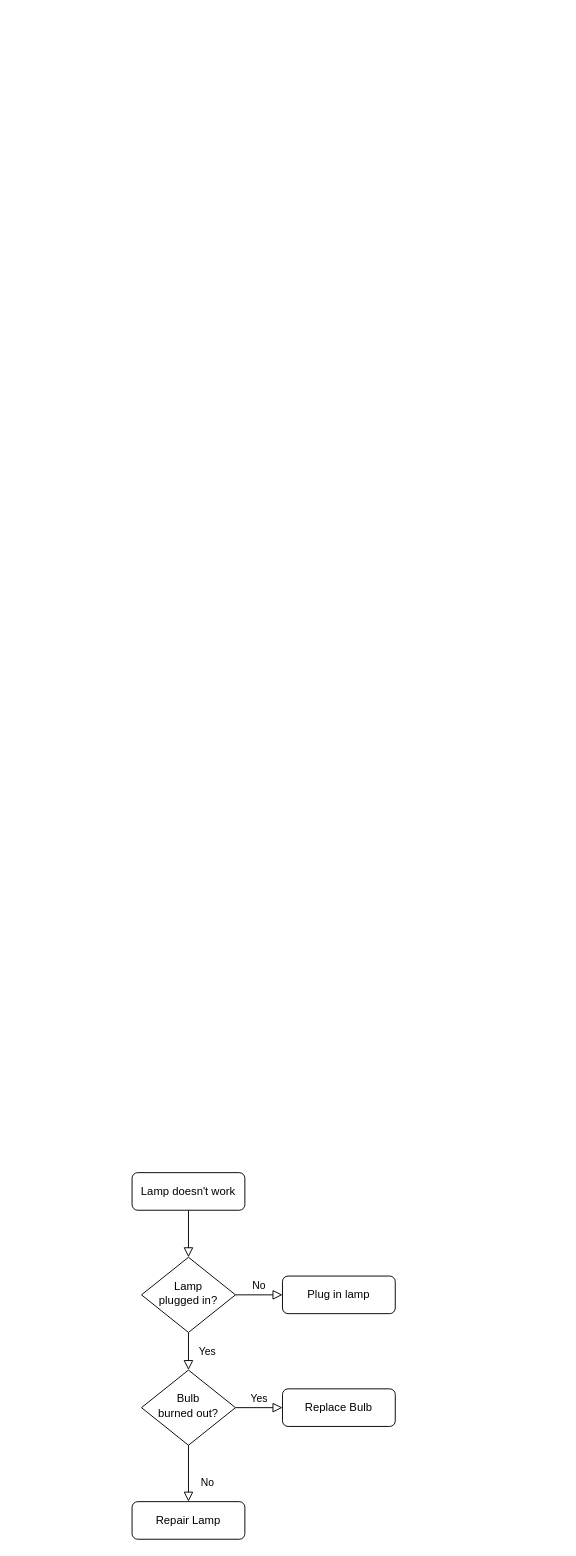
The draw.io diagram compassSystem.drawio in mmuurraatt/AnadoluRobotik, before the edit. Source tidied: cells renumbered, new cells numbered last; positions are measured from the earlier drawing's top-left corner, leaving out a move shared by most shapes. Both pictures are drawn from the tidied source at 94%, with x=0, y=0 at pixel (132, 1172).
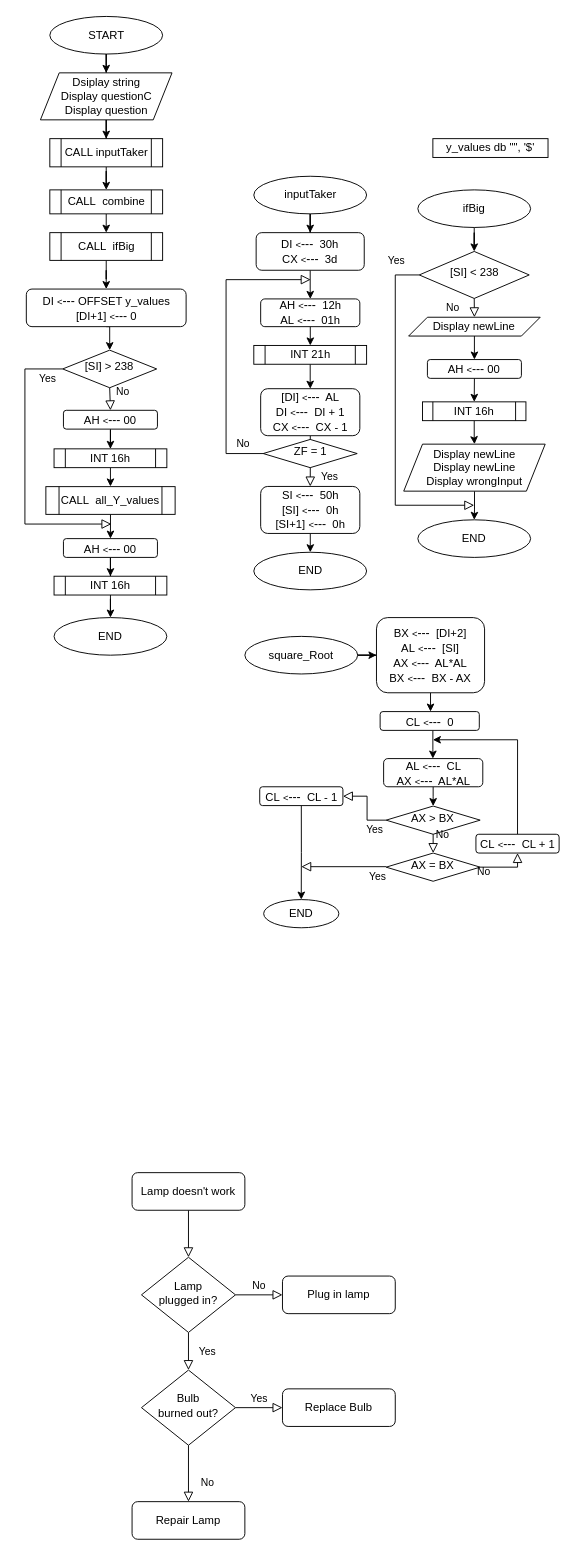
After the change.

What changed in the source:
```diff
@@
+    <mxCell id="13" style="edgeStyle=orthogonalEdgeStyle;rounded=0;jettySize=auto;html=1;" parent="1" edge="1" source="14" target="16">
+      <mxGeometry relative="1" as="geometry" />
+    </mxCell>
+    <mxCell id="14" value="START" style="ellipse;whiteSpace=wrap;html=1;" parent="1" vertex="1">
+      <mxGeometry x="-87.5" y="-1230" width="120" height="40" as="geometry" />
+    </mxCell>
+    <mxCell id="15" style="edgeStyle=orthogonalEdgeStyle;rounded=0;jettySize=auto;html=1;" parent="1" edge="1" source="16" target="18">
+      <mxGeometry relative="1" as="geometry" />
+    </mxCell>
+    <mxCell id="16" value="Dsiplay string&lt;br&gt;Display questionC&lt;br&gt;Display question" style="shape=parallelogram;perimeter=parallelogramPerimeter;whiteSpace=wrap;html=1;fixedSize=1;" parent="1" vertex="1">
+      <mxGeometry x="-97.5" y="-1170" width="140" height="50" as="geometry" />
+    </mxCell>
+    <mxCell id="17" style="edgeStyle=orthogonalEdgeStyle;rounded=0;jettySize=auto;html=1;" parent="1" edge="1" source="18" target="20">
+      <mxGeometry relative="1" as="geometry" />
+    </mxCell>
+    <mxCell id="18" value="CALL inputTaker" style="shape=process;whiteSpace=wrap;html=1;backgroundOutline=1;" parent="1" vertex="1">
+      <mxGeometry x="-87.5" y="-1100" width="120" height="30" as="geometry" />
+    </mxCell>
+    <mxCell id="19" style="edgeStyle=orthogonalEdgeStyle;rounded=0;jettySize=auto;html=1;exitX=0.5;exitY=1;exitDx=0;exitDy=0;entryX=0.5;entryY=0;entryDx=0;entryDy=0;" parent="1" edge="1" source="20" target="22">
+      <mxGeometry relative="1" as="geometry" />
+    </mxCell>
+    <mxCell id="20" value="CALL&amp;nbsp; combine" style="shape=process;whiteSpace=wrap;html=1;backgroundOutline=1;" parent="1" vertex="1">
+      <mxGeometry x="-87.5" y="-1045.5" width="120" height="25.5" as="geometry" />
+    </mxCell>
+    <mxCell id="21" style="edgeStyle=orthogonalEdgeStyle;rounded=0;jettySize=auto;html=1;" parent="1" edge="1" source="22" target="24">
+      <mxGeometry relative="1" as="geometry" />
+    </mxCell>
+    <mxCell id="22" value="CALL&amp;nbsp; ifBig" style="shape=process;whiteSpace=wrap;html=1;backgroundOutline=1;" parent="1" vertex="1">
+      <mxGeometry x="-87.5" y="-1000" width="120" height="29.5" as="geometry" />
+    </mxCell>
+    <mxCell id="23" style="edgeStyle=orthogonalEdgeStyle;rounded=0;jettySize=auto;html=1;exitX=0.5;exitY=1;exitDx=0;exitDy=0;entryX=0.5;entryY=0;entryDx=0;entryDy=0;" parent="1" edge="1" source="24" target="25">
+      <mxGeometry relative="1" as="geometry" />
+    </mxCell>
+    <mxCell id="24" value="DI&amp;nbsp;&lt;font style=&quot;font-size: 10px&quot;&gt;&amp;lt;&lt;/font&gt;&lt;font style=&quot;font-size: 13px&quot;&gt;---&lt;/font&gt;&amp;nbsp;OFFSET y_values&lt;br&gt;[DI+1]&amp;nbsp;&lt;font style=&quot;font-size: 10px;&quot;&gt;&amp;lt;&lt;/font&gt;&lt;font style=&quot;font-size: 13px;&quot;&gt;---&lt;/font&gt;&amp;nbsp;0" style="rounded=1;whiteSpace=wrap;html=1;fontSize=12;glass=0;strokeWidth=1;shadow=0;" parent="1" vertex="1">
+      <mxGeometry x="-112.5" y="-940" width="170" height="40" as="geometry" />
+    </mxCell>
+    <mxCell id="25" value="[SI] &amp;gt; 238" style="rhombus;whiteSpace=wrap;html=1;shadow=0;fontFamily=Helvetica;fontSize=12;align=center;strokeWidth=1;spacing=6;spacingTop=-4;" parent="1" vertex="1">
+      <mxGeometry x="-73.8" y="-875" width="100" height="40" as="geometry" />
+    </mxCell>
+    <mxCell id="26" value="No" style="edgeStyle=orthogonalEdgeStyle;rounded=0;html=1;jettySize=auto;fontSize=11;endArrow=block;endFill=0;endSize=8;strokeWidth=1;shadow=0;labelBackgroundColor=none;exitX=0.5;exitY=1;exitDx=0;exitDy=0;entryX=0.5;entryY=0;entryDx=0;entryDy=0;" parent="1" edge="1" source="25" target="86">
+      <mxGeometry x="-0.68" y="14" relative="1" as="geometry" />
+    </mxCell>
+    <mxCell id="27" value="Yes" style="rounded=0;html=1;jettySize=auto;fontSize=11;endArrow=block;endFill=0;endSize=8;strokeWidth=1;shadow=0;labelBackgroundColor=none;edgeStyle=orthogonalEdgeStyle;exitX=0;exitY=0.5;exitDx=0;exitDy=0;" parent="1" edge="1" source="25">
+      <mxGeometry x="-0.89" y="10" relative="1" as="geometry">
+        <mxPoint x="-22" y="-690" as="targetPoint" />
+        <Array as="points">
+          <mxPoint x="-114" y="-855" />
+          <mxPoint x="-114" y="-690" />
+          <mxPoint x="-22" y="-690" />
+        </Array>
+      </mxGeometry>
+    </mxCell>
+    <mxCell id="28" style="edgeStyle=orthogonalEdgeStyle;rounded=0;jettySize=auto;html=1;exitX=0.5;exitY=1;exitDx=0;exitDy=0;entryX=0.5;entryY=0;entryDx=0;entryDy=0;" parent="1" edge="1" source="29" target="82">
+      <mxGeometry relative="1" as="geometry" />
+    </mxCell>
+    <mxCell id="29" value="CALL&amp;nbsp; all_Y_values" style="shape=process;whiteSpace=wrap;html=1;backgroundOutline=1;" parent="1" vertex="1">
+      <mxGeometry x="-91.7" y="-729.8" width="137.5" height="29.5" as="geometry" />
+    </mxCell>
+    <mxCell id="30" value="END" style="ellipse;whiteSpace=wrap;html=1;" parent="1" vertex="1">
+      <mxGeometry x="-83" y="-590.5" width="120" height="40" as="geometry" />
+    </mxCell>
+    <mxCell id="31" value="y_values db &quot;&quot;, '$'" style="rounded=0;whiteSpace=wrap;html=1;" parent="1" vertex="1">
+      <mxGeometry x="320" y="-1100" width="122.5" height="20" as="geometry" />
+    </mxCell>
+    <mxCell id="32" style="edgeStyle=orthogonalEdgeStyle;rounded=0;jettySize=auto;html=1;" parent="1" edge="1" source="33" target="35">
+      <mxGeometry relative="1" as="geometry" />
+    </mxCell>
+    <mxCell id="33" value="inputTaker" style="ellipse;whiteSpace=wrap;html=1;" parent="1" vertex="1">
+      <mxGeometry x="129.5" y="-1060" width="120" height="40" as="geometry" />
+    </mxCell>
+    <mxCell id="34" style="edgeStyle=orthogonalEdgeStyle;rounded=0;jettySize=auto;html=1;" parent="1" edge="1" source="35" target="37">
+      <mxGeometry relative="1" as="geometry" />
+    </mxCell>
+    <mxCell id="35" value="DI&amp;nbsp;&lt;font style=&quot;font-size: 10px&quot;&gt;&amp;lt;&lt;/font&gt;&lt;font style=&quot;font-size: 13px&quot;&gt;---&lt;/font&gt;&amp;nbsp; 30h&lt;br&gt;CX&amp;nbsp;&lt;font style=&quot;font-size: 10px&quot;&gt;&amp;lt;&lt;/font&gt;&lt;font style=&quot;font-size: 13px&quot;&gt;---&lt;/font&gt;&amp;nbsp; 3d" style="rounded=1;whiteSpace=wrap;html=1;fontSize=12;glass=0;strokeWidth=1;shadow=0;" parent="1" vertex="1">
+      <mxGeometry x="132" y="-1000" width="115" height="40" as="geometry" />
+    </mxCell>
+    <mxCell id="36" style="edgeStyle=orthogonalEdgeStyle;rounded=0;jettySize=auto;html=1;" parent="1" edge="1" source="37" target="39">
+      <mxGeometry relative="1" as="geometry" />
+    </mxCell>
+    <mxCell id="37" value="AH&amp;nbsp;&lt;font style=&quot;font-size: 10px&quot;&gt;&amp;lt;&lt;/font&gt;&lt;font style=&quot;font-size: 13px&quot;&gt;---&lt;/font&gt;&amp;nbsp; 12h&lt;br&gt;AL&amp;nbsp;&lt;font style=&quot;font-size: 10px&quot;&gt;&amp;lt;&lt;/font&gt;&lt;font style=&quot;font-size: 13px&quot;&gt;---&lt;/font&gt;&amp;nbsp; 01h" style="rounded=1;whiteSpace=wrap;html=1;fontSize=12;glass=0;strokeWidth=1;shadow=0;" parent="1" vertex="1">
+      <mxGeometry x="136.8" y="-929.5" width="105.5" height="29.5" as="geometry" />
+    </mxCell>
+    <mxCell id="38" style="edgeStyle=orthogonalEdgeStyle;rounded=0;jettySize=auto;html=1;" parent="1" edge="1" source="39" target="41">
+      <mxGeometry relative="1" as="geometry" />
+    </mxCell>
+    <mxCell id="39" value="INT 21h" style="shape=process;whiteSpace=wrap;html=1;backgroundOutline=1;" parent="1" vertex="1">
+      <mxGeometry x="129.5" y="-880" width="120" height="20" as="geometry" />
+    </mxCell>
+    <mxCell id="40" style="edgeStyle=orthogonalEdgeStyle;rounded=0;jettySize=auto;html=1;" parent="1" edge="1" source="41" target="42">
+      <mxGeometry relative="1" as="geometry" />
+    </mxCell>
+    <mxCell id="41" value="[DI]&amp;nbsp;&lt;font style=&quot;font-size: 10px&quot;&gt;&amp;lt;&lt;/font&gt;&lt;font style=&quot;font-size: 13px&quot;&gt;---&lt;/font&gt;&amp;nbsp; AL&lt;br&gt;DI&amp;nbsp;&lt;font style=&quot;font-size: 10px&quot;&gt;&amp;lt;&lt;/font&gt;&lt;font style=&quot;font-size: 13px&quot;&gt;---&lt;/font&gt;&amp;nbsp; DI + 1&lt;br&gt;CX&amp;nbsp;&lt;font style=&quot;font-size: 10px&quot;&gt;&amp;lt;&lt;/font&gt;&lt;font style=&quot;font-size: 13px&quot;&gt;---&lt;/font&gt;&amp;nbsp; CX - 1" style="rounded=1;whiteSpace=wrap;html=1;fontSize=12;glass=0;strokeWidth=1;shadow=0;" parent="1" vertex="1">
+      <mxGeometry x="136.8" y="-834" width="105.5" height="50" as="geometry" />
+    </mxCell>
+    <mxCell id="42" value="ZF = 1" style="rhombus;whiteSpace=wrap;html=1;shadow=0;fontFamily=Helvetica;fontSize=12;align=center;strokeWidth=1;spacing=6;spacingTop=-4;" parent="1" vertex="1">
+      <mxGeometry x="139.5" y="-780" width="100" height="30" as="geometry" />
+    </mxCell>
+    <mxCell id="43" value="Yes" style="rounded=0;html=1;jettySize=auto;fontSize=11;endArrow=block;endFill=0;endSize=8;strokeWidth=1;shadow=0;labelBackgroundColor=none;edgeStyle=orthogonalEdgeStyle;exitX=0.5;exitY=1;exitDx=0;exitDy=0;entryX=0.5;entryY=0;entryDx=0;entryDy=0;" parent="1" edge="1" source="42" target="46">
+      <mxGeometry y="20" relative="1" as="geometry">
+        <Array as="points">
+          <mxPoint x="190" y="-730" />
+          <mxPoint x="190" y="-705" />
+        </Array>
+      </mxGeometry>
+    </mxCell>
+    <mxCell id="44" value="No" style="edgeStyle=orthogonalEdgeStyle;rounded=0;html=1;jettySize=auto;fontSize=11;endArrow=block;endFill=0;endSize=8;strokeWidth=1;shadow=0;labelBackgroundColor=none;exitX=0;exitY=0.5;exitDx=0;exitDy=0;" parent="1" edge="1" source="42">
+      <mxGeometry x="-0.86" y="-10" relative="1" as="geometry">
+        <mxPoint x="190" y="-950" as="targetPoint" />
+        <Array as="points">
+          <mxPoint x="100" y="-765" />
+        </Array>
+      </mxGeometry>
+    </mxCell>
+    <mxCell id="45" style="edgeStyle=orthogonalEdgeStyle;rounded=0;jettySize=auto;html=1;" parent="1" edge="1" source="46" target="47">
+      <mxGeometry relative="1" as="geometry" />
+    </mxCell>
+    <mxCell id="46" value="SI&amp;nbsp;&lt;font style=&quot;font-size: 10px&quot;&gt;&amp;lt;&lt;/font&gt;&lt;font style=&quot;font-size: 13px&quot;&gt;---&lt;/font&gt;&amp;nbsp; 50h&lt;br&gt;[SI]&amp;nbsp;&lt;font style=&quot;font-size: 10px&quot;&gt;&amp;lt;&lt;/font&gt;&lt;font style=&quot;font-size: 13px&quot;&gt;---&lt;/font&gt;&amp;nbsp; 0h&lt;br&gt;[SI+1]&amp;nbsp;&lt;font style=&quot;font-size: 10px;&quot;&gt;&amp;lt;&lt;/font&gt;&lt;font style=&quot;font-size: 13px;&quot;&gt;---&lt;/font&gt;&amp;nbsp; 0h" style="rounded=1;whiteSpace=wrap;html=1;fontSize=12;glass=0;strokeWidth=1;shadow=0;" parent="1" vertex="1">
+      <mxGeometry x="136.8" y="-730" width="105.5" height="50" as="geometry" />
+    </mxCell>
+    <mxCell id="47" value="END" style="ellipse;whiteSpace=wrap;html=1;" parent="1" vertex="1">
+      <mxGeometry x="129.5" y="-660" width="120" height="40" as="geometry" />
+    </mxCell>
+    <mxCell id="48" style="edgeStyle=orthogonalEdgeStyle;rounded=0;jettySize=auto;html=1;entryX=0.5;entryY=0;entryDx=0;entryDy=0;" parent="1" edge="1" source="49" target="50">
+      <mxGeometry relative="1" as="geometry" />
+    </mxCell>
+    <mxCell id="49" value="ifBig" style="ellipse;whiteSpace=wrap;html=1;" parent="1" vertex="1">
+      <mxGeometry x="304" y="-1045.5" width="120" height="40" as="geometry" />
+    </mxCell>
+    <mxCell id="50" value="[SI] &amp;lt; 238" style="rhombus;whiteSpace=wrap;html=1;shadow=0;fontFamily=Helvetica;fontSize=12;align=center;strokeWidth=1;spacing=6;spacingTop=-4;" parent="1" vertex="1">
+      <mxGeometry x="305.5" y="-980" width="117" height="50" as="geometry" />
+    </mxCell>
+    <mxCell id="51" value="No" style="rounded=0;html=1;jettySize=auto;fontSize=11;endArrow=block;endFill=0;endSize=8;strokeWidth=1;shadow=0;labelBackgroundColor=none;edgeStyle=orthogonalEdgeStyle;exitX=0.5;exitY=1;exitDx=0;exitDy=0;entryX=0.5;entryY=0;entryDx=0;entryDy=0;" parent="1" edge="1" source="50" target="54">
+      <mxGeometry y="-23" relative="1" as="geometry" />
+    </mxCell>
+    <mxCell id="52" value="Yes" style="rounded=0;html=1;jettySize=auto;fontSize=11;endArrow=block;endFill=0;endSize=8;strokeWidth=1;shadow=0;labelBackgroundColor=none;edgeStyle=orthogonalEdgeStyle;exitX=0;exitY=0.5;exitDx=0;exitDy=0;" parent="1" edge="1" source="50">
+      <mxGeometry x="-0.86" y="-15" relative="1" as="geometry">
+        <mxPoint x="364" y="-710" as="targetPoint" />
+        <Array as="points">
+          <mxPoint x="280" y="-955" />
+        </Array>
+      </mxGeometry>
+    </mxCell>
+    <mxCell id="53" style="edgeStyle=orthogonalEdgeStyle;rounded=0;jettySize=auto;html=1;exitX=0.5;exitY=1;exitDx=0;exitDy=0;entryX=0.5;entryY=0;entryDx=0;entryDy=0;" parent="1" edge="1" source="54" target="56">
+      <mxGeometry relative="1" as="geometry" />
+    </mxCell>
+    <mxCell id="54" value="Display newLine&lt;br&gt;" style="shape=parallelogram;perimeter=parallelogramPerimeter;whiteSpace=wrap;html=1;fixedSize=1;" parent="1" vertex="1">
+      <mxGeometry x="294.2" y="-910" width="140" height="20" as="geometry" />
+    </mxCell>
+    <mxCell id="55" style="edgeStyle=orthogonalEdgeStyle;rounded=0;jettySize=auto;html=1;exitX=0.5;exitY=1;exitDx=0;exitDy=0;entryX=0.5;entryY=0;entryDx=0;entryDy=0;" parent="1" edge="1" source="56" target="58">
+      <mxGeometry relative="1" as="geometry" />
+    </mxCell>
+    <mxCell id="56" value="AH&amp;nbsp;&lt;font style=&quot;font-size: 10px&quot;&gt;&amp;lt;&lt;/font&gt;&lt;font style=&quot;font-size: 13px&quot;&gt;---&lt;/font&gt;&amp;nbsp;00" style="rounded=1;whiteSpace=wrap;html=1;fontSize=12;glass=0;strokeWidth=1;shadow=0;" parent="1" vertex="1">
+      <mxGeometry x="314.2" y="-865" width="100" height="20" as="geometry" />
+    </mxCell>
+    <mxCell id="57" style="edgeStyle=orthogonalEdgeStyle;rounded=0;jettySize=auto;html=1;" parent="1" edge="1" source="58" target="60">
+      <mxGeometry relative="1" as="geometry" />
+    </mxCell>
+    <mxCell id="58" value="INT 16h" style="shape=process;whiteSpace=wrap;html=1;backgroundOutline=1;" parent="1" vertex="1">
+      <mxGeometry x="309" y="-820" width="110" height="20" as="geometry" />
+    </mxCell>
+    <mxCell id="59" style="edgeStyle=orthogonalEdgeStyle;rounded=0;jettySize=auto;html=1;" parent="1" edge="1" source="60" target="61">
+      <mxGeometry relative="1" as="geometry" />
+    </mxCell>
+    <mxCell id="60" value="Display newLine&lt;br&gt;Display newLine&lt;br&gt;Display wrongInput" style="shape=parallelogram;perimeter=parallelogramPerimeter;whiteSpace=wrap;html=1;fixedSize=1;" parent="1" vertex="1">
+      <mxGeometry x="289" y="-775" width="150.5" height="50" as="geometry" />
+    </mxCell>
+    <mxCell id="61" value="END" style="ellipse;whiteSpace=wrap;html=1;" parent="1" vertex="1">
+      <mxGeometry x="304" y="-694.5" width="120" height="40" as="geometry" />
+    </mxCell>
+    <mxCell id="62" style="edgeStyle=orthogonalEdgeStyle;rounded=0;jettySize=auto;html=1;" parent="1" edge="1" source="63" target="65">
+      <mxGeometry relative="1" as="geometry" />
+    </mxCell>
+    <mxCell id="63" value="square_Root" style="ellipse;whiteSpace=wrap;html=1;" parent="1" vertex="1">
+      <mxGeometry x="120" y="-570.5" width="120" height="40" as="geometry" />
+    </mxCell>
+    <mxCell id="64" style="edgeStyle=orthogonalEdgeStyle;rounded=0;jettySize=auto;html=1;" parent="1" edge="1" source="65" target="67">
+      <mxGeometry relative="1" as="geometry" />
+    </mxCell>
+    <mxCell id="65" value="BX&amp;nbsp;&lt;font style=&quot;font-size: 10px&quot;&gt;&amp;lt;&lt;/font&gt;&lt;font style=&quot;font-size: 13px&quot;&gt;---&lt;/font&gt;&amp;nbsp; [DI+2]&lt;br&gt;AL&amp;nbsp;&lt;font style=&quot;font-size: 10px&quot;&gt;&amp;lt;&lt;/font&gt;&lt;font style=&quot;font-size: 13px&quot;&gt;---&lt;/font&gt;&amp;nbsp; [SI]&lt;br&gt;AX&amp;nbsp;&lt;font style=&quot;font-size: 10px&quot;&gt;&amp;lt;&lt;/font&gt;&lt;font style=&quot;font-size: 13px&quot;&gt;---&lt;/font&gt;&amp;nbsp; AL*AL&lt;br&gt;BX&amp;nbsp;&lt;font style=&quot;font-size: 10px&quot;&gt;&amp;lt;&lt;/font&gt;&lt;font style=&quot;font-size: 13px&quot;&gt;---&lt;/font&gt;&amp;nbsp; BX - AX" style="rounded=1;whiteSpace=wrap;html=1;fontSize=12;glass=0;strokeWidth=1;shadow=0;" parent="1" vertex="1">
+      <mxGeometry x="260" y="-590.5" width="115" height="80" as="geometry" />
+    </mxCell>
+    <mxCell id="66" style="edgeStyle=orthogonalEdgeStyle;rounded=0;jettySize=auto;html=1;" parent="1" edge="1" source="67" target="72">
+      <mxGeometry relative="1" as="geometry">
+        <Array as="points">
+          <mxPoint x="320" y="-450.5" />
+          <mxPoint x="320" y="-450.5" />
+        </Array>
+      </mxGeometry>
+    </mxCell>
+    <mxCell id="67" value="CL&amp;nbsp;&lt;font style=&quot;font-size: 10px&quot;&gt;&amp;lt;&lt;/font&gt;&lt;font style=&quot;font-size: 13px&quot;&gt;---&lt;/font&gt;&amp;nbsp; 0" style="rounded=1;whiteSpace=wrap;html=1;fontSize=12;glass=0;strokeWidth=1;shadow=0;" parent="1" vertex="1">
+      <mxGeometry x="263.9" y="-490.5" width="105.5" height="20" as="geometry" />
+    </mxCell>
+    <mxCell id="68" value="AX &amp;gt; BX" style="rhombus;whiteSpace=wrap;html=1;shadow=0;fontFamily=Helvetica;fontSize=12;align=center;strokeWidth=1;spacing=6;spacingTop=-4;" parent="1" vertex="1">
+      <mxGeometry x="270.3" y="-390" width="100" height="30" as="geometry" />
+    </mxCell>
+    <mxCell id="69" value="No" style="rounded=0;html=1;jettySize=auto;fontSize=11;endArrow=block;endFill=0;endSize=8;strokeWidth=1;shadow=0;labelBackgroundColor=none;edgeStyle=orthogonalEdgeStyle;exitX=0.5;exitY=1;exitDx=0;exitDy=0;entryX=0.5;entryY=0;entryDx=0;entryDy=0;" parent="1" edge="1" source="68" target="73">
+      <mxGeometry x="-1" y="10" relative="1" as="geometry">
+        <Array as="points">
+          <mxPoint x="320" y="-340.5" />
+        </Array>
+      </mxGeometry>
+    </mxCell>
+    <mxCell id="70" value="END" style="ellipse;whiteSpace=wrap;html=1;" parent="1" vertex="1">
+      <mxGeometry x="140" y="-290.5" width="80" height="30" as="geometry" />
+    </mxCell>
+    <mxCell id="71" style="edgeStyle=orthogonalEdgeStyle;rounded=0;jettySize=auto;html=1;entryX=0.5;entryY=0;entryDx=0;entryDy=0;" parent="1" edge="1" source="72" target="68">
+      <mxGeometry relative="1" as="geometry">
+        <Array as="points">
+          <mxPoint x="320" y="-400.5" />
+          <mxPoint x="320" y="-400.5" />
+          <mxPoint x="320" y="-389.5" />
+        </Array>
+      </mxGeometry>
+    </mxCell>
+    <mxCell id="72" value="AL&amp;nbsp;&lt;font style=&quot;font-size: 10px&quot;&gt;&amp;lt;&lt;/font&gt;&lt;font style=&quot;font-size: 13px&quot;&gt;---&lt;/font&gt;&amp;nbsp; CL&lt;br&gt;AX&amp;nbsp;&lt;font style=&quot;font-size: 10px&quot;&gt;&amp;lt;&lt;/font&gt;&lt;font style=&quot;font-size: 13px&quot;&gt;---&lt;/font&gt;&amp;nbsp; AL*AL" style="rounded=1;whiteSpace=wrap;html=1;fontSize=12;glass=0;strokeWidth=1;shadow=0;" parent="1" vertex="1">
+      <mxGeometry x="267.6" y="-440.5" width="105.5" height="30" as="geometry" />
+    </mxCell>
+    <mxCell id="73" value="AX = BX" style="rhombus;whiteSpace=wrap;html=1;shadow=0;fontFamily=Helvetica;fontSize=12;align=center;strokeWidth=1;spacing=6;spacingTop=-4;" parent="1" vertex="1">
+      <mxGeometry x="270.3" y="-340" width="100" height="30" as="geometry" />
+    </mxCell>
+    <mxCell id="74" value="Yes" style="rounded=0;html=1;jettySize=auto;fontSize=11;endArrow=block;endFill=0;endSize=8;strokeWidth=1;shadow=0;labelBackgroundColor=none;edgeStyle=orthogonalEdgeStyle;exitX=0;exitY=0.5;exitDx=0;exitDy=0;entryX=1;entryY=0.5;entryDx=0;entryDy=0;" parent="1" edge="1" source="68" target="80">
+      <mxGeometry x="-0.67" y="10" relative="1" as="geometry">
+        <Array as="points">
+          <mxPoint x="250" y="-375.5" />
+          <mxPoint x="250" y="-400.5" />
+        </Array>
+      </mxGeometry>
+    </mxCell>
+    <mxCell id="75" value="Yes" style="rounded=0;html=1;jettySize=auto;fontSize=11;endArrow=block;endFill=0;endSize=8;strokeWidth=1;shadow=0;labelBackgroundColor=none;edgeStyle=orthogonalEdgeStyle;exitX=0;exitY=0.5;exitDx=0;exitDy=0;" parent="1" edge="1" source="73">
+      <mxGeometry x="-0.81" y="10" relative="1" as="geometry">
+        <mxPoint x="180" y="-325.5" as="targetPoint" />
+        <Array as="points">
+          <mxPoint x="180" y="-325.5" />
+          <mxPoint x="230" y="-325.5" />
+        </Array>
+      </mxGeometry>
+    </mxCell>
+    <mxCell id="76" value="No" style="rounded=0;html=1;jettySize=auto;fontSize=11;endArrow=block;endFill=0;endSize=8;strokeWidth=1;shadow=0;labelBackgroundColor=none;edgeStyle=orthogonalEdgeStyle;exitX=1;exitY=0.5;exitDx=0;exitDy=0;entryX=0.5;entryY=1;entryDx=0;entryDy=0;" parent="1" edge="1" source="73" target="78">
+      <mxGeometry x="-0.85" y="-5" relative="1" as="geometry">
+        <Array as="points">
+          <mxPoint x="410" y="-325.5" />
+        </Array>
+      </mxGeometry>
+    </mxCell>
+    <mxCell id="77" style="edgeStyle=orthogonalEdgeStyle;rounded=0;jettySize=auto;html=1;exitX=0.5;exitY=0;exitDx=0;exitDy=0;" parent="1" edge="1" source="78">
+      <mxGeometry relative="1" as="geometry">
+        <mxPoint x="320" y="-460.5" as="targetPoint" />
+        <Array as="points">
+          <mxPoint x="410" y="-460.5" />
+        </Array>
+      </mxGeometry>
+    </mxCell>
+    <mxCell id="78" value="CL&amp;nbsp;&lt;font style=&quot;font-size: 10px&quot;&gt;&amp;lt;&lt;/font&gt;&lt;font style=&quot;font-size: 13px&quot;&gt;---&lt;/font&gt;&amp;nbsp; CL + 1" style="rounded=1;whiteSpace=wrap;html=1;fontSize=12;glass=0;strokeWidth=1;shadow=0;" parent="1" vertex="1">
+      <mxGeometry x="365.8" y="-360" width="88.5" height="20" as="geometry" />
+    </mxCell>
+    <mxCell id="79" style="edgeStyle=orthogonalEdgeStyle;rounded=0;jettySize=auto;html=1;exitX=0.5;exitY=1;exitDx=0;exitDy=0;entryX=0.5;entryY=0;entryDx=0;entryDy=0;" parent="1" edge="1" source="80" target="70">
+      <mxGeometry relative="1" as="geometry" />
+    </mxCell>
+    <mxCell id="80" value="CL&amp;nbsp;&lt;font style=&quot;font-size: 10px&quot;&gt;&amp;lt;&lt;/font&gt;&lt;font style=&quot;font-size: 13px&quot;&gt;---&lt;/font&gt;&amp;nbsp; CL - 1" style="rounded=1;whiteSpace=wrap;html=1;fontSize=12;glass=0;strokeWidth=1;shadow=0;" parent="1" vertex="1">
+      <mxGeometry x="135.8" y="-410.5" width="88.5" height="20" as="geometry" />
+    </mxCell>
+    <mxCell id="81" style="edgeStyle=orthogonalEdgeStyle;rounded=0;jettySize=auto;html=1;" parent="1" edge="1" source="82" target="84">
+      <mxGeometry relative="1" as="geometry" />
+    </mxCell>
+    <mxCell id="82" value="AH&amp;nbsp;&lt;font style=&quot;font-size: 10px&quot;&gt;&amp;lt;&lt;/font&gt;&lt;font style=&quot;font-size: 13px&quot;&gt;---&lt;/font&gt;&amp;nbsp;00" style="rounded=1;whiteSpace=wrap;html=1;fontSize=12;glass=0;strokeWidth=1;shadow=0;" parent="1" vertex="1">
+      <mxGeometry x="-73" y="-674.5" width="100" height="20" as="geometry" />
+    </mxCell>
+    <mxCell id="83" style="edgeStyle=orthogonalEdgeStyle;rounded=0;jettySize=auto;html=1;" parent="1" edge="1" source="84" target="30">
+      <mxGeometry relative="1" as="geometry" />
+    </mxCell>
+    <mxCell id="84" value="INT 16h" style="shape=process;whiteSpace=wrap;html=1;backgroundOutline=1;" parent="1" vertex="1">
+      <mxGeometry x="-83" y="-634.5" width="120" height="20" as="geometry" />
+    </mxCell>
+    <mxCell id="85" style="edgeStyle=orthogonalEdgeStyle;rounded=0;jettySize=auto;html=1;" parent="1" edge="1" source="86" target="88">
+      <mxGeometry relative="1" as="geometry" />
+    </mxCell>
+    <mxCell id="86" value="AH&amp;nbsp;&lt;font style=&quot;font-size: 10px&quot;&gt;&amp;lt;&lt;/font&gt;&lt;font style=&quot;font-size: 13px&quot;&gt;---&lt;/font&gt;&amp;nbsp;00" style="rounded=1;whiteSpace=wrap;html=1;fontSize=12;glass=0;strokeWidth=1;shadow=0;" parent="1" vertex="1">
+      <mxGeometry x="-73" y="-811" width="100" height="20" as="geometry" />
+    </mxCell>
+    <mxCell id="87" style="edgeStyle=orthogonalEdgeStyle;rounded=0;jettySize=auto;html=1;" parent="1" edge="1" source="88" target="29">
+      <mxGeometry relative="1" as="geometry" />
+    </mxCell>
+    <mxCell id="88" value="INT 16h" style="shape=process;whiteSpace=wrap;html=1;backgroundOutline=1;" parent="1" vertex="1">
+      <mxGeometry x="-83" y="-770" width="120" height="20" as="geometry" />
+    </mxCell>
```
